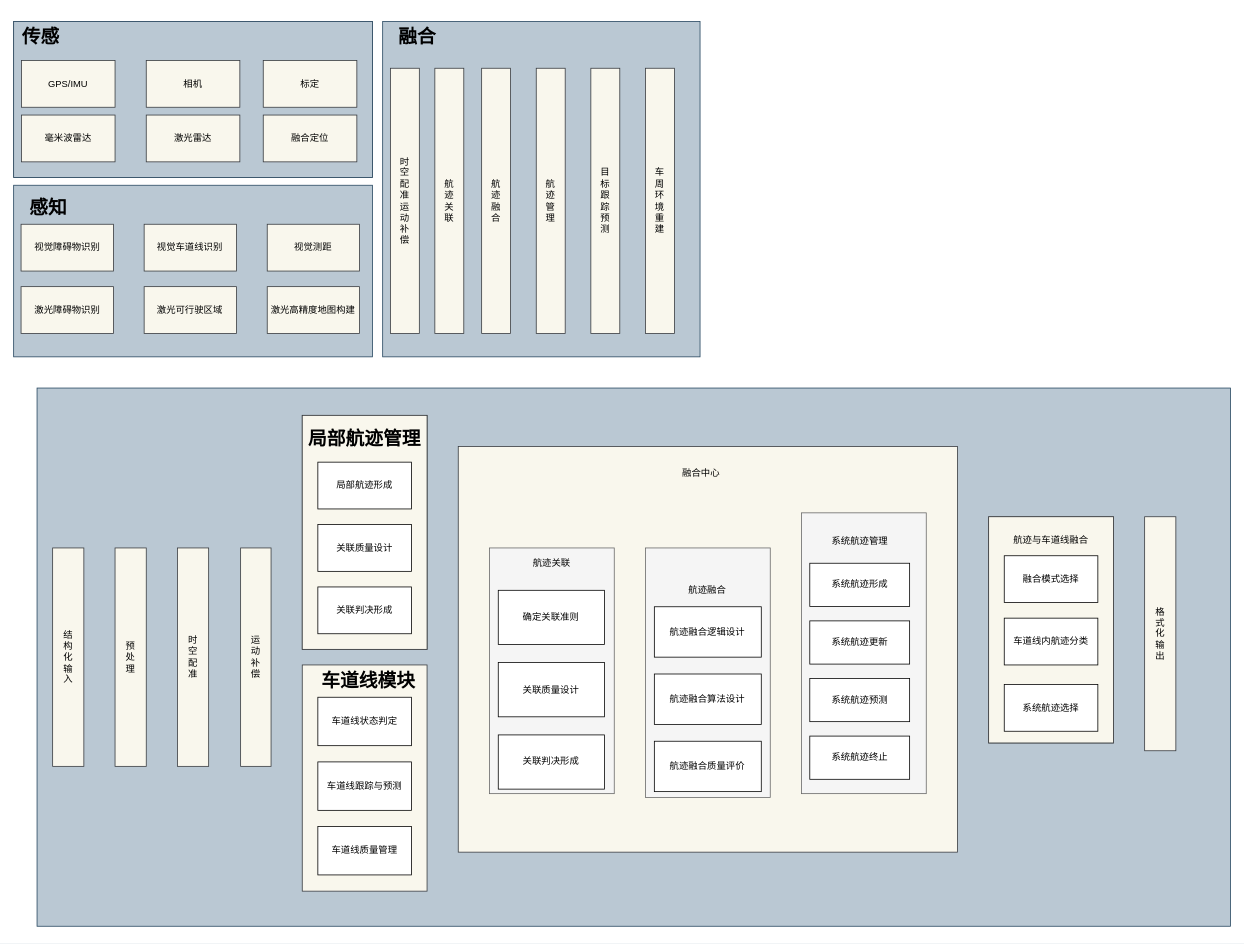
The draw.io diagram 感知融合框架.drawio in bugquella/diagrams, before the edit. Source tidied: cells renumbered, new cells numbered last; positions are measured from the earlier drawing's top-left corner, leaving out a move shared by most shapes. Both pictures are drawn from the tidied source at 78%, with x=0, y=0 at pixel (13, 21).
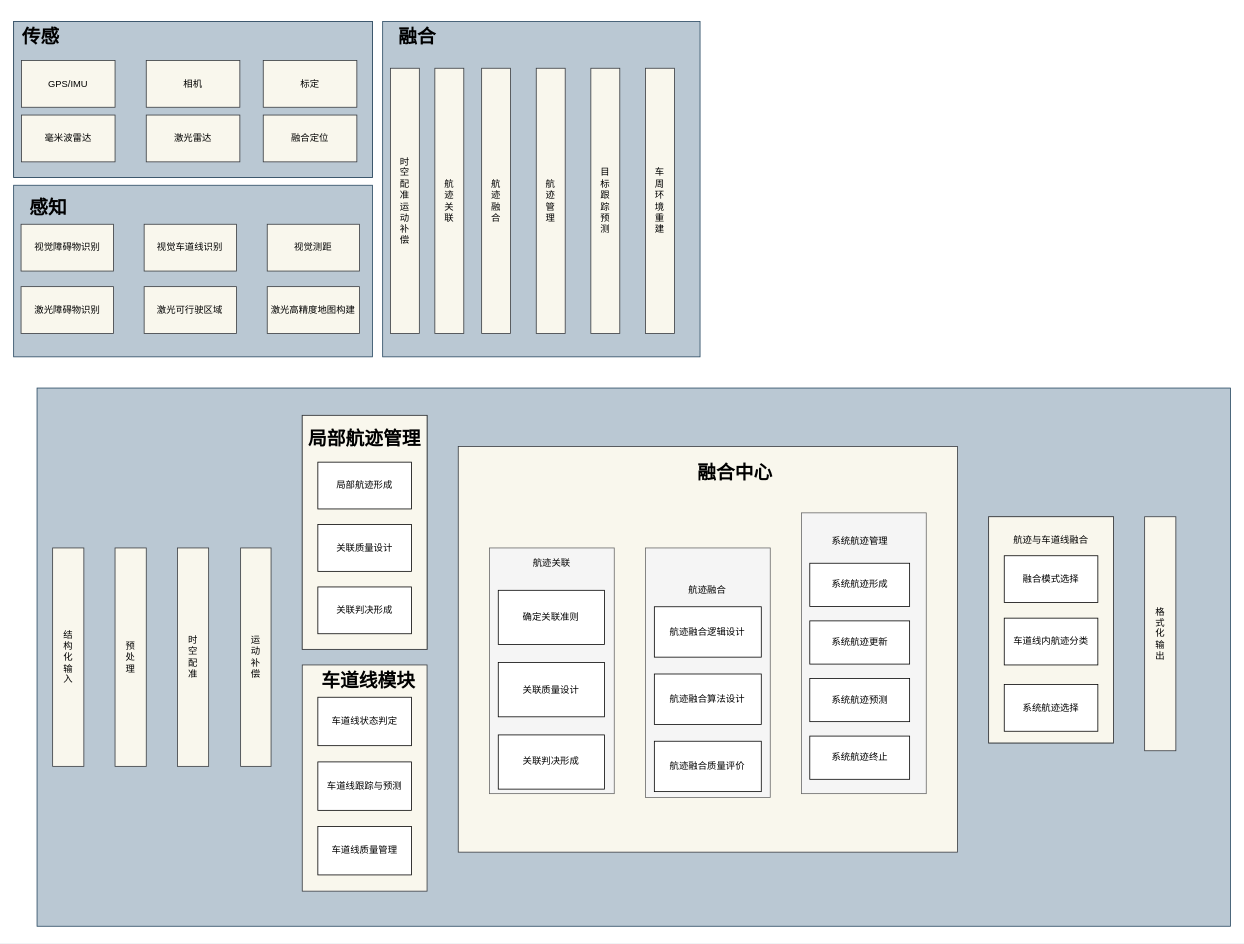
Above is the later version.

Commit message:
更新感知融合框架.drawio

Unchanged cells that the change refers to:
```xml
<mxCell id="53" style="group;" parent="29" vertex="1">
  <mxGeometry x="560" y="70" width="640" height="520" as="geometry" />
</mxCell>
```

Diff of the diagram source:
```diff
@@
-    <mxCell id="73" value="融合中心" style="text;html=1;strokeColor=none;fillColor=none;align=center;verticalAlign=middle;whiteSpace=wrap;rounded=0;" parent="53" vertex="1">
-      <mxGeometry x="280" y="20" width="63" height="28.6" as="geometry" />
+    <mxCell id="73" value="&lt;h1&gt;融合中心&lt;/h1&gt;" style="text;html=1;strokeColor=none;fillColor=none;align=center;verticalAlign=middle;whiteSpace=wrap;rounded=0;" parent="53" vertex="1">
+      <mxGeometry x="280" y="20" width="150" height="28.6" as="geometry" />
     </mxCell>
```
